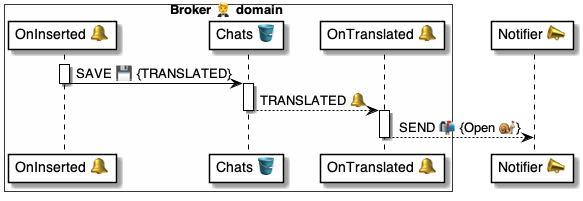
Above: 4 ⚙️ Solution/20 🧑‍🦰 UI/Brokers 🤵/🤵🪣 Broker tables/Chats 💬 table/🪣🔔 2 Detailed/🤵 OnChatDetailed ⚙️ uml.png in pollyweb-org/pollyweb-docs (PlantUML), before the change. Its source is kept beside it as 4 ⚙️ Solution/20 🧑‍🦰 UI/Brokers 🤵/🤵🪣 Broker tables/Chats 💬 table/🪣🔔 2 Detailed/🤵 OnChatDetailed ⚙️ uml.puml. Its diagram source:
```plantuml
@startuml OnChatTranslated


box Broker 🤵 domain #FFFFFA
    participant "OnInserted 🔔" as script
    participant "Chats 🪣" as table
    participant "OnTranslated 🔔" as handler
end box

participant "Notifier 📣" as notifier



activate script
    script -> table: SAVE 💾 {TRANSLATED}
deactivate script

activate table
    table --> handler: TRANSLATED 🔔
deactivate table

activate handler
    handler --> notifier: SEND 📬 {Open 🐌}
deactivate handler

@enduml
```
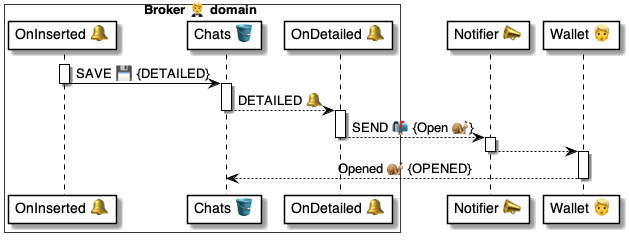
After the commit.

The edit, as a diff of the source:
```diff
@@ -1,26 +1,35 @@
-@startuml OnChatTranslated
+@startuml OnChatDetailed
 
 
 box Broker 🤵 domain #FFFFFA
     participant "OnInserted 🔔" as script
     participant "Chats 🪣" as table
-    participant "OnTranslated 🔔" as handler
+    participant "OnDetailed 🔔" as handler
 end box
 
 participant "Notifier 📣" as notifier
+participant "Wallet 👱" as wallet
 
 
 
 activate script
-    script -> table: SAVE 💾 {TRANSLATED}
+    script -> table: SAVE 💾 {DETAILED}
 deactivate script
 
 activate table
-    table --> handler: TRANSLATED 🔔
+    table --> handler: DETAILED 🔔
 deactivate table
 
 activate handler
     handler --> notifier: SEND 📬 {Open 🐌}
 deactivate handler
 
+activate notifier
+    notifier --> wallet:
+deactivate notifier
+
+activate wallet
+    wallet --> table: Opened 🐌 {OPENED}
+deactivate wallet
+
 @enduml
```
